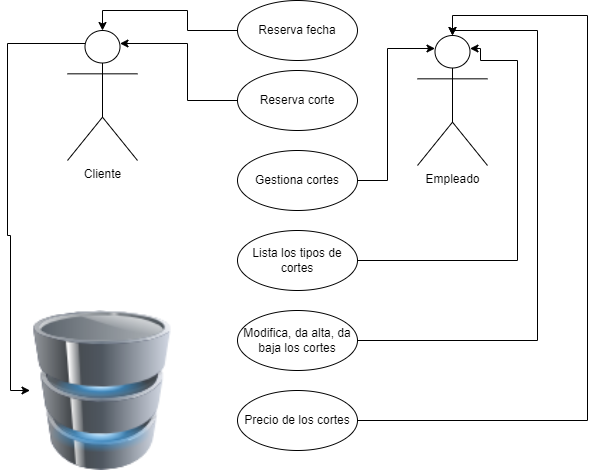
Earlier version of the draw.io export doc/casos_uso/DrawIO/Casos-Uso.png (Jorgeev27/Servicio-Peluqueria). Source tidied: cells renumbered, new cells last; positions are measured from the earlier drawing's top-left corner, leaving out a move shared by most shapes.
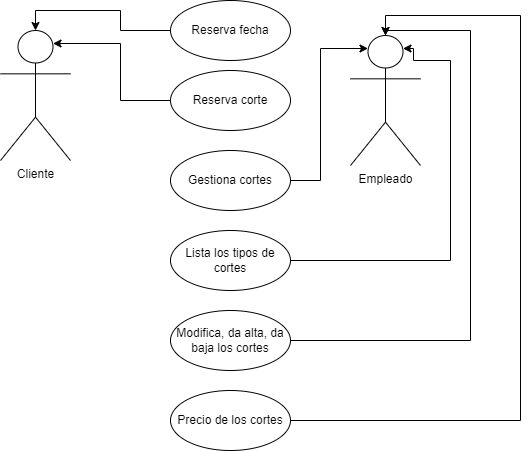
After the commit.

The edit, as a diff of the source:
```diff
@@ -2,16 +2,6 @@
   <root>
     <mxCell id="0" />
     <mxCell id="1" parent="0" />
-    <mxCell id="2" style="edgeStyle=orthogonalEdgeStyle;rounded=0;jettySize=auto;html=1;exitX=0.25;exitY=0.1;exitDx=0;exitDy=0;exitPerimeter=0;entryX=0;entryY=0.5;entryDx=0;entryDy=0;" parent="1" edge="1" source="3" target="17">
-      <mxGeometry relative="1" as="geometry">
-        <Array as="points">
-          <mxPoint y="43" />
-          <mxPoint y="235" />
-          <mxPoint x="3" y="235" />
-          <mxPoint x="3" y="390" />
-        </Array>
-      </mxGeometry>
-    </mxCell>
     <mxCell id="3" value="Cliente" style="shape=umlActor;verticalLabelPosition=bottom;verticalAlign=top;html=1;outlineConnect=0;" parent="1" vertex="1">
       <mxGeometry x="60" y="30" width="70" height="130" as="geometry" />
     </mxCell>
@@ -73,8 +63,5 @@
     <mxCell id="16" value="Precio de los cortes" style="ellipse;whiteSpace=wrap;html=1;" parent="1" vertex="1">
       <mxGeometry x="230" y="390" width="120" height="60" as="geometry" />
     </mxCell>
-    <mxCell id="17" style="image;html=1;image=img/lib/clip_art/computers/Database_128x128.png;" parent="1" vertex="1">
-      <mxGeometry x="22.5" y="310" width="145" height="160" as="geometry" />
-    </mxCell>
   </root>
 </mxGraphModel>
```
